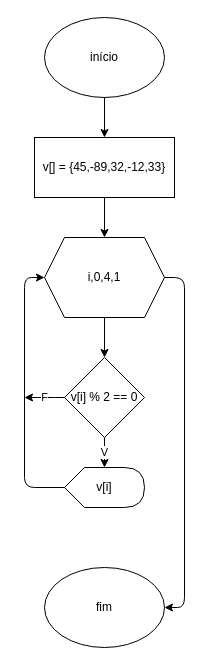
The draw.io diagram EX_TPA_VETOR__FLUXOS/FLUXOS TPA/EX_TPA_VETOR_7.dio in xgheter/EXERCICIOS_C, before the edit. Source tidied: cells renumbered, new cells numbered last; positions are measured from the earlier drawing's top-left corner, leaving out a move shared by most shapes. Both pictures are drawn from the tidied source at 100%, with x=0, y=0 at pixel (24, 17).
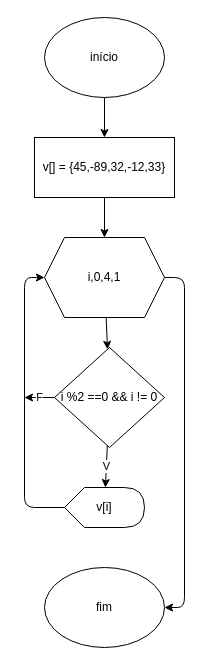
After the change.

What changed in the source:
```diff
@@
 <mxGraphModel>
   <root>
     <mxCell id="0" />
     <mxCell id="1" parent="0" />
     <mxCell id="2" style="edgeStyle=none;html=1;" parent="1" edge="1" source="3" target="5">
       <mxGeometry relative="1" as="geometry" />
     </mxCell>
     <mxCell id="3" value="início" style="ellipse;whiteSpace=wrap;html=1;" parent="1" vertex="1">
       <mxGeometry x="20" width="120" height="80" as="geometry" />
     </mxCell>
     <mxCell id="4" style="edgeStyle=none;html=1;" parent="1" edge="1" source="5" target="8">
       <mxGeometry relative="1" as="geometry" />
     </mxCell>
     <mxCell id="5" value="v[] = {45,-89,32,-12,33}" style="whiteSpace=wrap;html=1;" parent="1" vertex="1">
       <mxGeometry x="10" y="120" width="140" height="60" as="geometry" />
     </mxCell>
     <mxCell id="6" style="edgeStyle=none;html=1;" parent="1" edge="1" source="8" target="11">
       <mxGeometry relative="1" as="geometry" />
     </mxCell>
     <mxCell id="7" style="edgeStyle=elbowEdgeStyle;html=1;exitX=1;exitY=0.5;exitDx=0;exitDy=0;entryX=1;entryY=0.5;entryDx=0;entryDy=0;" parent="1" edge="1" source="8" target="14">
       <mxGeometry relative="1" as="geometry">
         <Array as="points">
           <mxPoint x="160" y="420" />
         </Array>
       </mxGeometry>
     </mxCell>
     <mxCell id="8" value="i,0,4,1" style="shape=hexagon;perimeter=hexagonPerimeter2;whiteSpace=wrap;html=1;fixedSize=1;" parent="1" vertex="1">
       <mxGeometry x="20" y="220" width="120" height="80" as="geometry" />
     </mxCell>
     <mxCell id="9" value="V" style="edgeStyle=none;html=1;" parent="1" edge="1" source="11" target="13">
       <mxGeometry relative="1" as="geometry" />
     </mxCell>
     <mxCell id="10" value="F" style="edgeStyle=elbowEdgeStyle;html=1;" parent="1" edge="1" source="11">
       <mxGeometry relative="1" as="geometry">
         <mxPoint y="380" as="targetPoint" />
       </mxGeometry>
     </mxCell>
-    <mxCell id="11" value="v[i] % 2 == 0" style="rhombus;whiteSpace=wrap;html=1;" parent="1" vertex="1">
-      <mxGeometry x="40" y="340" width="80" height="80" as="geometry" />
+    <mxCell id="11" value="i %2 ==0 &amp;amp;&amp;amp; i != 0" style="rhombus;whiteSpace=wrap;html=1;" parent="1" vertex="1">
+      <mxGeometry x="30" y="330" width="110" height="100" as="geometry" />
     </mxCell>
     <mxCell id="12" style="edgeStyle=elbowEdgeStyle;html=1;exitX=0;exitY=0.5;exitDx=0;exitDy=0;exitPerimeter=0;entryX=0;entryY=0.5;entryDx=0;entryDy=0;" parent="1" edge="1" source="13" target="8">
       <mxGeometry relative="1" as="geometry">
         <Array as="points">
           <mxPoint y="370" />
         </Array>
       </mxGeometry>
     </mxCell>
     <mxCell id="13" value="v[i]" style="shape=display;whiteSpace=wrap;html=1;size=0.25;" parent="1" vertex="1">
-      <mxGeometry x="40" y="450" width="80" height="40" as="geometry" />
+      <mxGeometry x="40" y="470" width="80" height="40" as="geometry" />
     </mxCell>
     <mxCell id="14" value="fim" style="ellipse;whiteSpace=wrap;html=1;" parent="1" vertex="1">
       <mxGeometry x="20" y="550" width="120" height="80" as="geometry" />
     </mxCell>
   </root>
 </mxGraphModel>
```
